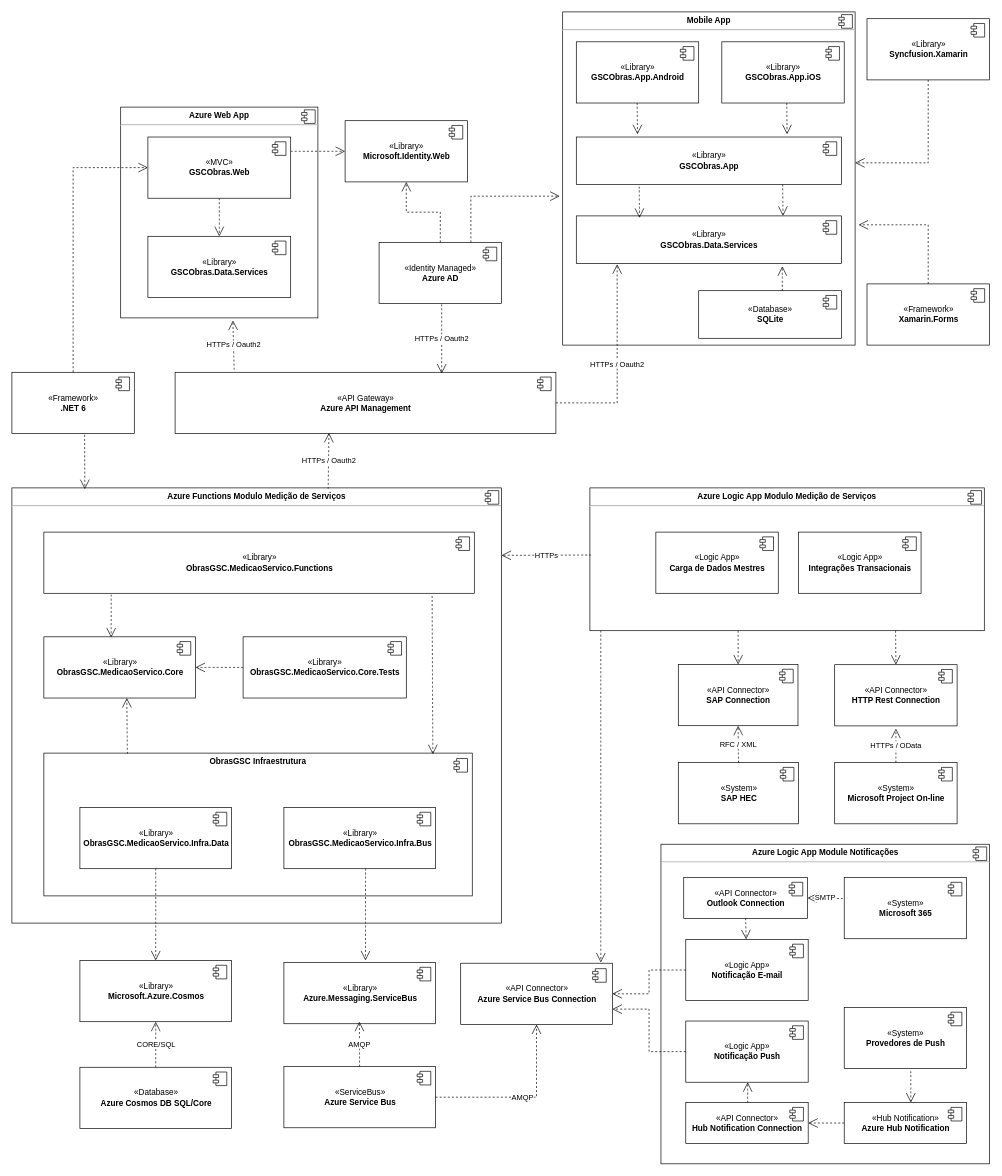
This is page "Componentes" (3 of 5) of docs/etapa2/diagramas-pucminas-2021.drawio from aizefler/pucminas, a draw.io file, before an edit. Source tidied: cells renumbered, new cells numbered last; positions are measured from the earlier drawing's top-left corner, leaving out a move shared by most shapes. Both pictures are drawn from the tidied source at 68%, with x=0, y=0 at pixel (12, 12).
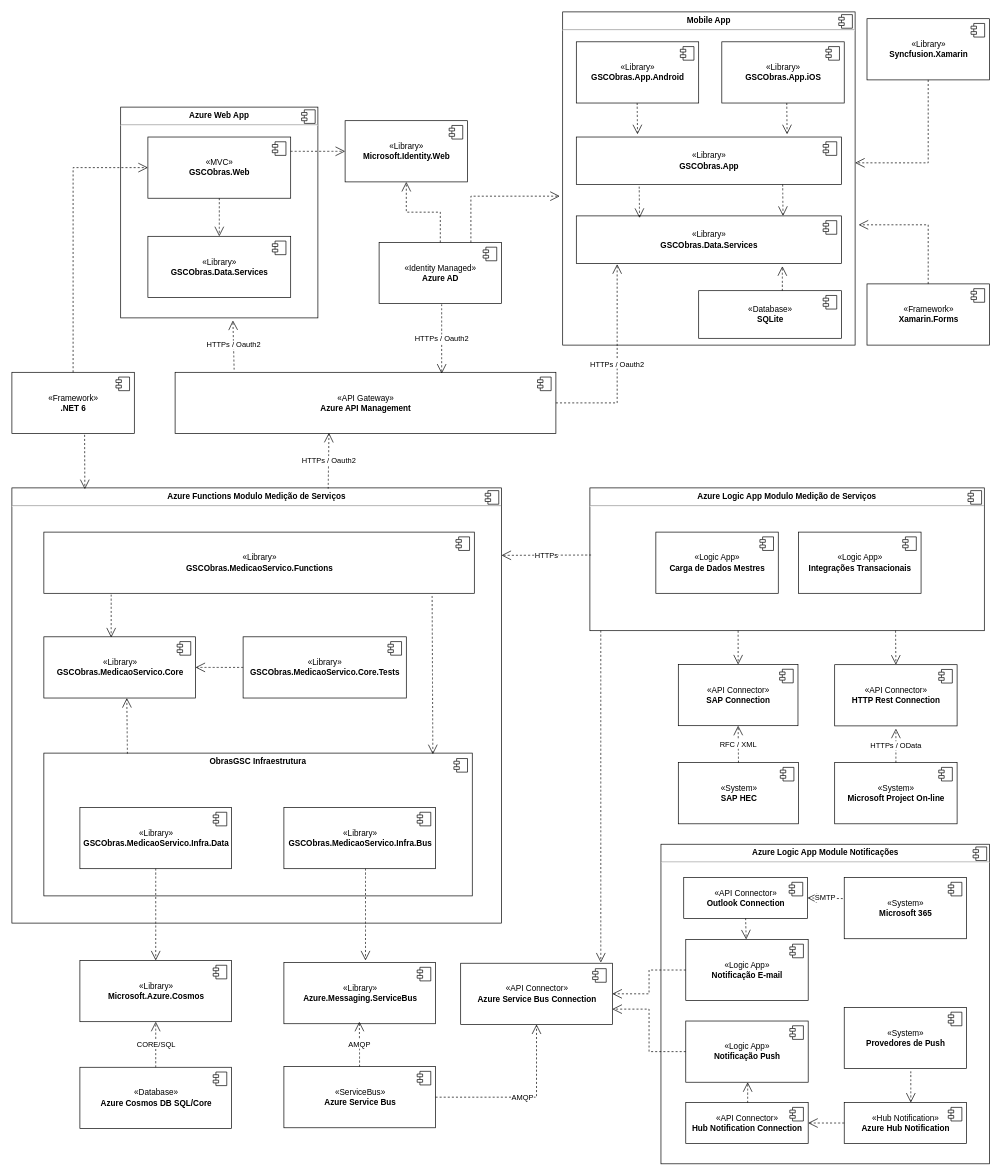
After the change.

Change to the diagram source:
```diff
@@
-    <mxCell id="17" value="«Library»&lt;br&gt;&lt;b&gt;ObrasGSC.MedicaoServico.Functions&lt;/b&gt;" style="html=1;" parent="1" vertex="1">
+    <mxCell id="17" value="«Library»&lt;br&gt;&lt;b&gt;GSCObras.MedicaoServico.Functions&lt;/b&gt;" style="html=1;" parent="1" vertex="1">
       <mxGeometry x="47" y="765" width="633" height="90" as="geometry" />
     </mxCell>
@@
-    <mxCell id="19" value="«Library»&lt;br&gt;&lt;b&gt;ObrasGSC.MedicaoServico.Core&lt;/b&gt;" style="html=1;" parent="1" vertex="1">
+    <mxCell id="19" value="«Library»&lt;br&gt;&lt;b&gt;GSCObras.MedicaoServico.Core&lt;/b&gt;" style="html=1;" parent="1" vertex="1">
       <mxGeometry x="47" y="919" width="223" height="90" as="geometry" />
     </mxCell>
@@
-    <mxCell id="21" value="«Library»&lt;br&gt;&lt;b&gt;ObrasGSC.MedicaoServico.Core.Tests&lt;/b&gt;" style="html=1;" parent="1" vertex="1">
+    <mxCell id="21" value="«Library»&lt;br&gt;&lt;b&gt;GSCObras.MedicaoServico.Core.Tests&lt;/b&gt;" style="html=1;" parent="1" vertex="1">
       <mxGeometry x="340" y="919" width="240" height="90" as="geometry" />
     </mxCell>
@@
-    <mxCell id="29" value="«Library»&lt;br&gt;&lt;b&gt;ObrasGSC.MedicaoServico.Infra.Data&lt;/b&gt;" style="html=1;" parent="1" vertex="1">
+    <mxCell id="29" value="«Library»&lt;br&gt;&lt;b&gt;GSCObras.MedicaoServico.Infra.Data&lt;/b&gt;" style="html=1;" parent="1" vertex="1">
       <mxGeometry x="100" y="1170" width="223" height="90" as="geometry" />
     </mxCell>
@@
-    <mxCell id="31" value="«Library»&lt;br&gt;&lt;b&gt;ObrasGSC.MedicaoServico.Infra.Bus&lt;/b&gt;" style="html=1;" parent="1" vertex="1">
+    <mxCell id="31" value="«Library»&lt;br&gt;&lt;b&gt;GSCObras.MedicaoServico.Infra.Bus&lt;/b&gt;" style="html=1;" parent="1" vertex="1">
       <mxGeometry x="400" y="1170" width="223" height="90" as="geometry" />
     </mxCell>
```
